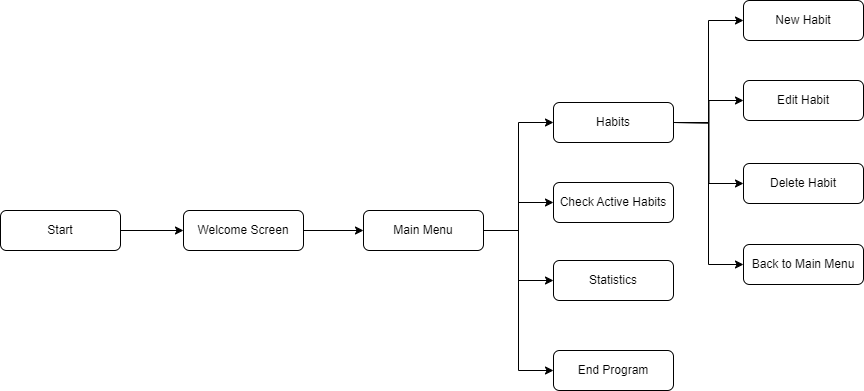
The draw.io diagram diagrams/userflow.png in CosmicWhiskers/habit-tracker, before a commit. Source tidied: cells renumbered, new cells last; positions are measured from the earlier drawing's top-left corner, leaving out a move shared by most shapes.
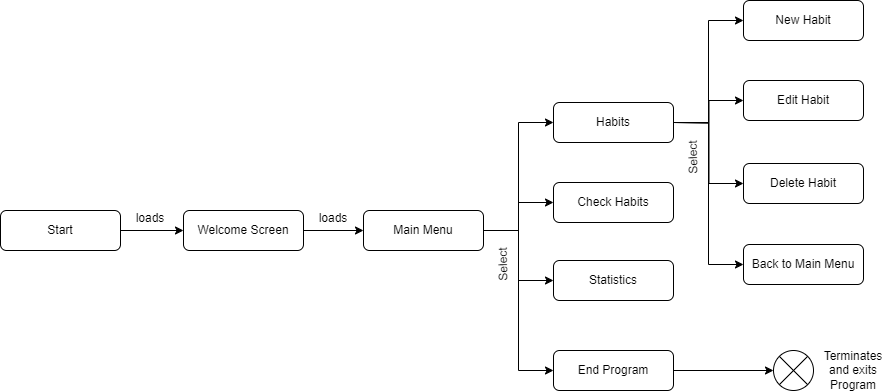
Later version of the same file.

Diff of the diagram source:
```diff
@@ -29,6 +29,9 @@
     <mxCell id="10" value="Main Menu" style="rounded=1;whiteSpace=wrap;html=1;fontSize=12;glass=0;strokeWidth=1;shadow=0;" parent="1" vertex="1">
       <mxGeometry x="363" y="210" width="120" height="40" as="geometry" />
     </mxCell>
+    <mxCell id="23" style="edgeStyle=orthogonalEdgeStyle;rounded=0;jettySize=auto;html=1;exitX=1;exitY=0.5;exitDx=0;exitDy=0;entryX=0;entryY=0.5;entryDx=0;entryDy=0;" parent="1" edge="1" source="11" target="27">
+      <mxGeometry relative="1" as="geometry" />
+    </mxCell>
     <mxCell id="11" value="End Program" style="rounded=1;whiteSpace=wrap;html=1;fontSize=12;glass=0;strokeWidth=1;shadow=0;" parent="1" vertex="1">
       <mxGeometry x="553" y="350" width="120" height="40" as="geometry" />
     </mxCell>
@@ -63,11 +66,29 @@
     <mxCell id="20" value="New Habit" style="rounded=1;whiteSpace=wrap;html=1;fontSize=12;glass=0;strokeWidth=1;shadow=0;" parent="1" vertex="1">
       <mxGeometry x="743" width="120" height="40" as="geometry" />
     </mxCell>
-    <mxCell id="21" value="Check Active Habits" style="rounded=1;whiteSpace=wrap;html=1;fontSize=12;glass=0;strokeWidth=1;shadow=0;" parent="1" vertex="1">
+    <mxCell id="21" value="Check Habits" style="rounded=1;whiteSpace=wrap;html=1;fontSize=12;glass=0;strokeWidth=1;shadow=0;" parent="1" vertex="1">
       <mxGeometry x="553" y="182" width="120" height="40" as="geometry" />
     </mxCell>
     <mxCell id="22" value="Back to Main Menu" style="rounded=1;whiteSpace=wrap;html=1;fontSize=12;glass=0;strokeWidth=1;shadow=0;" parent="1" vertex="1">
       <mxGeometry x="743" y="244" width="120" height="40" as="geometry" />
     </mxCell>
+    <mxCell id="24" value="Select" style="text;strokeColor=none;align=center;fillColor=none;html=1;verticalAlign=middle;whiteSpace=wrap;rounded=0;rotation=-91;" parent="1" vertex="1">
+      <mxGeometry x="473" y="249" width="60" height="30" as="geometry" />
+    </mxCell>
+    <mxCell id="25" value="loads" style="text;strokeColor=none;align=center;fillColor=none;html=1;verticalAlign=middle;whiteSpace=wrap;rounded=0;" parent="1" vertex="1">
+      <mxGeometry x="303" y="203" width="60" height="30" as="geometry" />
+    </mxCell>
+    <mxCell id="26" value="Select" style="text;strokeColor=none;align=center;fillColor=none;html=1;verticalAlign=middle;whiteSpace=wrap;rounded=0;rotation=-91;" parent="1" vertex="1">
+      <mxGeometry x="663" y="142" width="60" height="30" as="geometry" />
+    </mxCell>
+    <mxCell id="27" style="shape=sumEllipse;perimeter=ellipsePerimeter;whiteSpace=wrap;html=1;backgroundOutline=1;" parent="1" vertex="1">
+      <mxGeometry x="773" y="350" width="40" height="40" as="geometry" />
+    </mxCell>
+    <mxCell id="28" value="loads" style="text;strokeColor=none;align=center;fillColor=none;html=1;verticalAlign=middle;whiteSpace=wrap;rounded=0;" parent="1" vertex="1">
+      <mxGeometry x="120" y="203" width="60" height="30" as="geometry" />
+    </mxCell>
+    <mxCell id="29" value="Terminates and exits Program" style="text;strokeColor=none;align=center;fillColor=none;html=1;verticalAlign=middle;whiteSpace=wrap;rounded=0;" parent="1" vertex="1">
+      <mxGeometry x="823" y="355" width="60" height="30" as="geometry" />
+    </mxCell>
   </root>
 </mxGraphModel>
```
